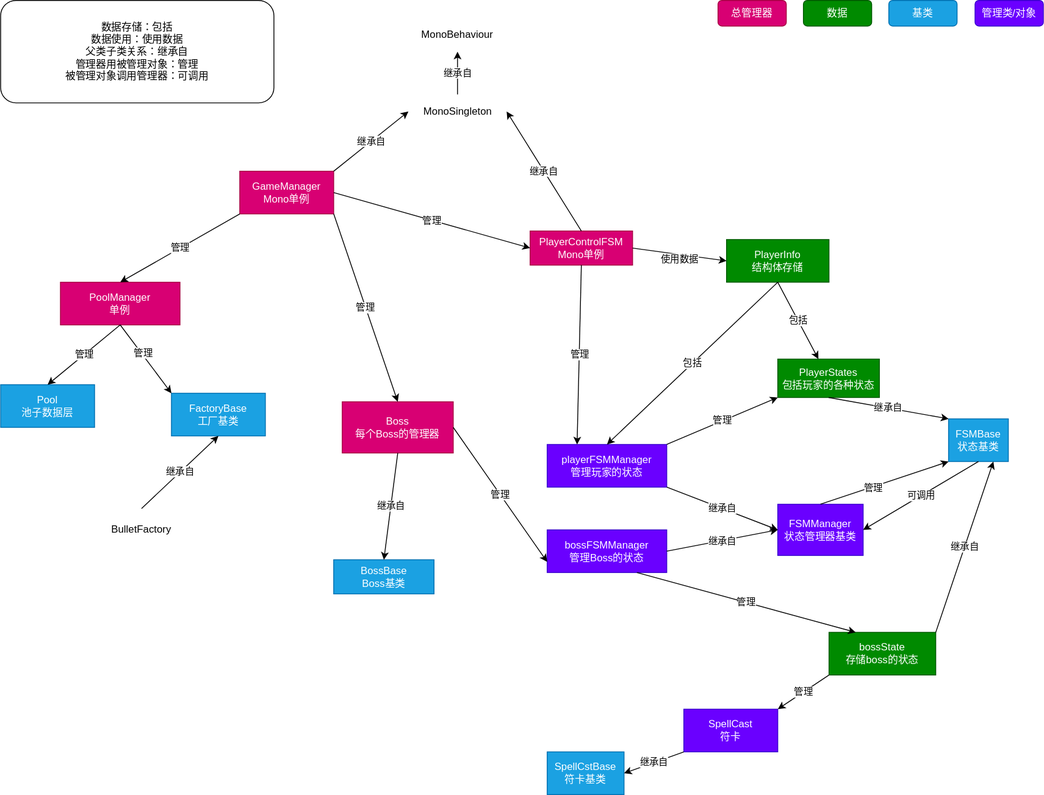
Earlier version of the draw.io export README.drawio.svg (Katzeee/GameDemo). Source tidied: cells renumbered, new cells last; positions are measured from the earlier drawing's top-left corner, leaving out a move shared by most shapes.
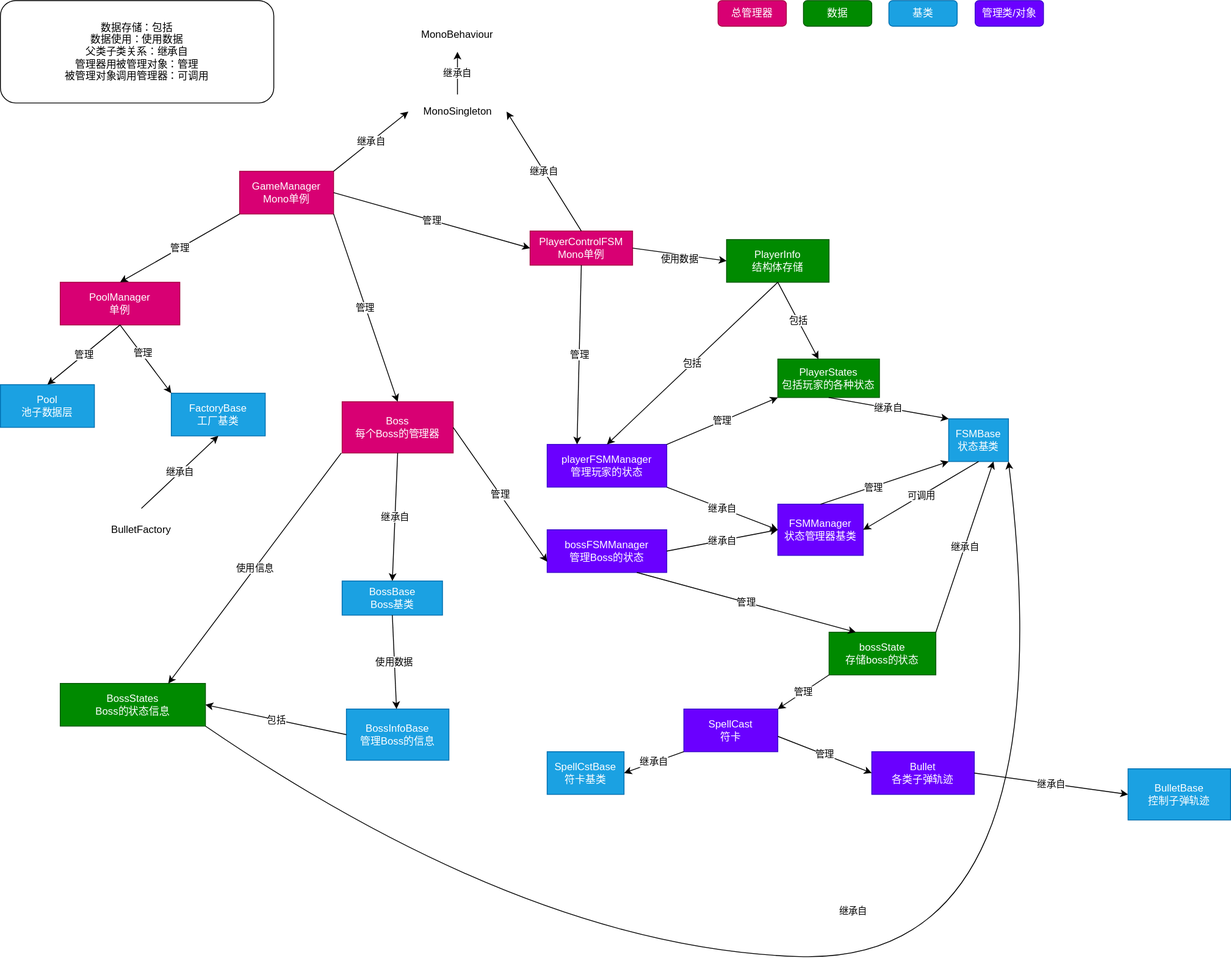
After the commit.

Diff of the diagram source:
```diff
@@ -123,7 +123,7 @@
       <mxGeometry x="400" y="470" width="130" height="60" as="geometry" />
     </mxCell>
     <mxCell id="42" value="BossBase&lt;br&gt;Boss基类" style="text;html=1;strokeColor=#006EAF;fillColor=#1ba1e2;align=center;verticalAlign=middle;whiteSpace=wrap;rounded=0;fontColor=#ffffff;" parent="1" vertex="1">
-      <mxGeometry x="390" y="655" width="117.5" height="40" as="geometry" />
+      <mxGeometry x="400" y="680" width="117.5" height="40" as="geometry" />
     </mxCell>
     <mxCell id="43" value="继承自" style="endArrow=classic;html=1;exitX=0.5;exitY=1;exitDx=0;exitDy=0;entryX=0.5;entryY=0;entryDx=0;entryDy=0;" parent="1" edge="1" source="41" target="42">
       <mxGeometry relative="1" as="geometry" />
@@ -155,5 +155,43 @@
     <mxCell id="52" value="管理" style="endArrow=classic;html=1;exitX=1;exitY=1;exitDx=0;exitDy=0;entryX=0.5;entryY=0;entryDx=0;entryDy=0;" parent="1" edge="1" source="5" target="41">
       <mxGeometry relative="1" as="geometry" />
     </mxCell>
+    <mxCell id="53" value="BossInfoBase&lt;br&gt;管理Boss的信息" style="text;html=1;strokeColor=#006EAF;fillColor=#1ba1e2;align=center;verticalAlign=middle;whiteSpace=wrap;rounded=0;fontColor=#ffffff;" parent="1" vertex="1">
+      <mxGeometry x="405" y="830" width="120" height="60" as="geometry" />
+    </mxCell>
+    <mxCell id="54" value="使用数据" style="endArrow=classic;html=1;exitX=0.5;exitY=1;exitDx=0;exitDy=0;" parent="1" edge="1" source="42" target="53">
+      <mxGeometry relative="1" as="geometry" />
+    </mxCell>
+    <mxCell id="55" value="继承自" style="curved=1;endArrow=classic;html=1;entryX=1;entryY=1;entryDx=0;entryDy=0;exitX=1;exitY=1;exitDx=0;exitDy=0;" parent="1" edge="1" source="56" target="7">
+      <mxGeometry x="-0.01" y="55" relative="1" as="geometry">
+        <Array as="points">
+          <mxPoint x="620" y="1110" />
+          <mxPoint x="1250" y="1130" />
+        </Array>
+      </mxGeometry>
+    </mxCell>
+    <mxCell id="56" value="BossStates&lt;br&gt;Boss的状态信息" style="text;html=1;strokeColor=#005700;fillColor=#008a00;align=center;verticalAlign=middle;whiteSpace=wrap;rounded=0;fontColor=#ffffff;" parent="1" vertex="1">
+      <mxGeometry x="70" y="800" width="170" height="50" as="geometry" />
+    </mxCell>
+    <mxCell id="57" value="包括" style="endArrow=classic;html=1;exitX=0;exitY=0.5;exitDx=0;exitDy=0;entryX=1;entryY=0.5;entryDx=0;entryDy=0;" parent="1" edge="1" source="53" target="56">
+      <mxGeometry relative="1" as="geometry" />
+    </mxCell>
+    <mxCell id="58" value="使用信息" style="endArrow=classic;html=1;exitX=0;exitY=1;exitDx=0;exitDy=0;entryX=0.75;entryY=0;entryDx=0;entryDy=0;" parent="1" edge="1">
+      <mxGeometry relative="1" as="geometry">
+        <mxPoint x="399" y="530" as="sourcePoint" />
+        <mxPoint x="196.5" y="800" as="targetPoint" />
+      </mxGeometry>
+    </mxCell>
+    <mxCell id="59" value="BulletBase&lt;br&gt;控制子弹轨迹" style="text;html=1;strokeColor=#006EAF;fillColor=#1ba1e2;align=center;verticalAlign=middle;whiteSpace=wrap;rounded=0;fontColor=#ffffff;" parent="1" vertex="1">
+      <mxGeometry x="1320" y="900" width="120" height="60" as="geometry" />
+    </mxCell>
+    <mxCell id="60" value="Bullet&lt;br&gt;各类子弹轨迹" style="text;html=1;strokeColor=#3700CC;fillColor=#6a00ff;align=center;verticalAlign=middle;whiteSpace=wrap;rounded=0;fontColor=#ffffff;" parent="1" vertex="1">
+      <mxGeometry x="1020" y="880" width="120" height="50" as="geometry" />
+    </mxCell>
+    <mxCell id="61" value="继承自" style="endArrow=classic;html=1;exitX=1;exitY=0.5;exitDx=0;exitDy=0;entryX=0;entryY=0.5;entryDx=0;entryDy=0;" parent="1" edge="1" source="60" target="59">
+      <mxGeometry relative="1" as="geometry" />
+    </mxCell>
+    <mxCell id="62" value="管理" style="endArrow=classic;html=1;exitX=1;exitY=0.64;exitDx=0;exitDy=0;exitPerimeter=0;entryX=0;entryY=0.5;entryDx=0;entryDy=0;" parent="1" edge="1" source="49" target="60">
+      <mxGeometry relative="1" as="geometry" />
+    </mxCell>
   </root>
 </mxGraphModel>
```
